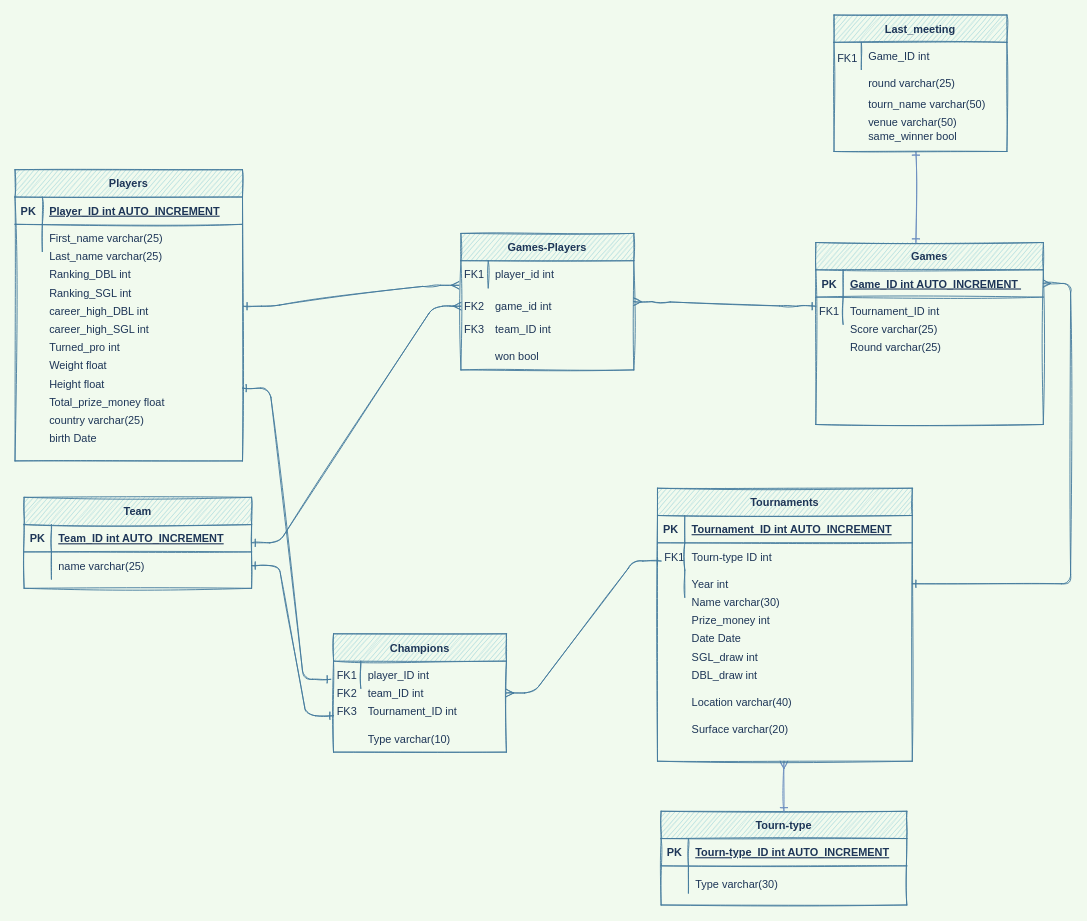
This is erd.drawio from talbaram3192/web_scraping_project, a draw.io file, before an edit. Source tidied: cells renumbered, new cells numbered last; positions are measured from the earlier drawing's top-left corner, leaving out a move shared by most shapes. Both pictures are drawn from the tidied source at 91%, with x=0, y=0 at pixel (15, 15).
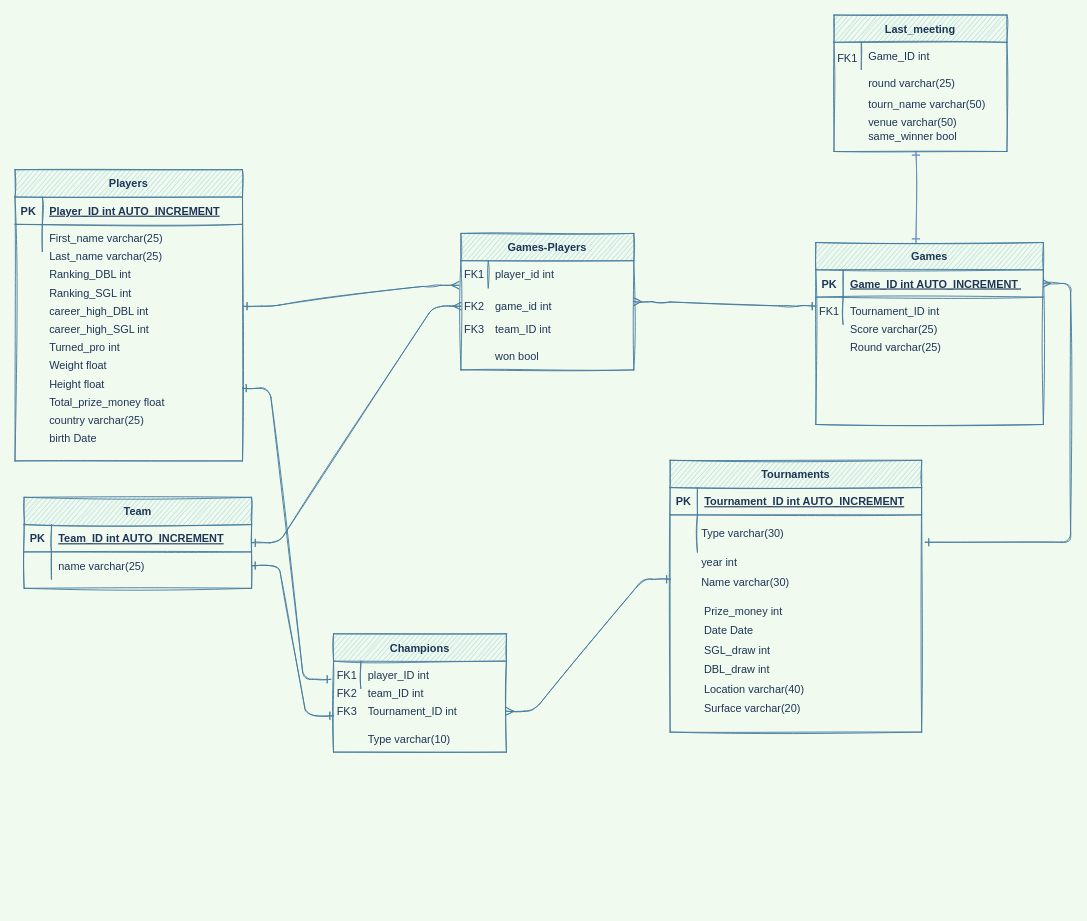
Above is the later version.

Unchanged cells that the change refers to:
```xml
<mxCell id="4" style="shape=partialRectangle;fillColor=none;points=[[0,0.5],[1,0.5]];portConstraint=eastwest;top=0;left=0;right=0;bottom=1;sketch=1;strokeColor=#457B9D;fontColor=#1D3557;" parent="3" vertex="1">
  <mxGeometry y="30" width="250" height="30" as="geometry" />
</mxCell>
<mxCell id="70" value="Champions" style="shape=table;startSize=30;childLayout=tableLayout;rowLines=0;fontStyle=1;align=center;sketch=1;fillColor=#A8DADC;strokeColor=#457B9D;fontColor=#1D3557;" parent="69" vertex="1">
  <mxGeometry width="190" height="130" as="geometry" />
</mxCell>
```

What changed in the source:
```diff
@@
-    <mxCell id="2" style="edgeStyle=entityRelationEdgeStyle;endArrow=ERone;startArrow=ERmany;endFill=0;startFill=0;sketch=1;strokeWidth=1;labelBackgroundColor=#F1FAEE;strokeColor=#457B9D;fontColor=#1D3557;" parent="1" edge="1" source="4" target="88">
+    <mxCell id="2" style="edgeStyle=entityRelationEdgeStyle;endArrow=ERone;startArrow=ERmany;endFill=0;startFill=0;sketch=1;strokeWidth=1;labelBackgroundColor=#F1FAEE;strokeColor=#457B9D;fontColor=#1D3557;entryX=1.014;entryY=0.733;entryDx=0;entryDy=0;entryPerimeter=0;" parent="1" edge="1" source="4" target="85">
       <mxGeometry relative="1" as="geometry" />
     </mxCell>
@@
-    <mxCell id="40" style="edgeStyle=entityRelationEdgeStyle;endArrow=ERone;startArrow=ERmany;endFill=0;startFill=0;sketch=1;strokeWidth=1;labelBackgroundColor=#F1FAEE;strokeColor=#457B9D;fontColor=#1D3557;exitX=1;exitY=0.5;exitDx=0;exitDy=0;" parent="1" edge="1" source="70">
-      <mxGeometry relative="1" as="geometry">
-        <mxPoint x="710" y="600" as="targetPoint" />
-      </mxGeometry>
-    </mxCell>
@@
-    <mxCell id="55" value="Tourn-type" style="shape=table;startSize=30;childLayout=tableLayout;rowLines=0;fontStyle=1;align=center;sketch=1;fillColor=#A8DADC;strokeColor=#457B9D;fontColor=#1D3557;" parent="1" vertex="1">
-      <mxGeometry x="710" y="875" width="270" height="103" as="geometry" />
-    </mxCell>
-    <mxCell id="56" style="shape=partialRectangle;fillColor=none;top=0;left=0;right=0;bottom=1;sketch=1;strokeColor=#457B9D;fontColor=#1D3557;" parent="55" vertex="1">
-      <mxGeometry y="30" width="270" height="30" as="geometry" />
-    </mxCell>
-    <mxCell id="57" value="PK" style="shape=partialRectangle;overflow=hidden;fillColor=none;top=0;left=0;bottom=0;right=0;fontStyle=1;sketch=1;strokeColor=#457B9D;fontColor=#1D3557;" parent="56" vertex="1">
-      <mxGeometry width="30" height="30" as="geometry" />
-    </mxCell>
-    <mxCell id="58" value="Tourn-type_ID int AUTO_INCREMENT" style="shape=partialRectangle;overflow=hidden;fillColor=none;top=0;left=0;bottom=0;right=0;align=left;spacingLeft=6;fontStyle=5;sketch=1;strokeColor=#457B9D;fontColor=#1D3557;" parent="56" vertex="1">
-      <mxGeometry x="30" width="240" height="30" as="geometry" />
-    </mxCell>
-    <mxCell id="59" style="shape=partialRectangle;fillColor=none;top=0;left=0;right=0;bottom=0;sketch=1;strokeColor=#457B9D;fontColor=#1D3557;" parent="55" vertex="1">
-      <mxGeometry y="60" width="270" height="30" as="geometry" />
-    </mxCell>
-    <mxCell id="60" style="shape=partialRectangle;overflow=hidden;fillColor=none;top=0;left=0;bottom=0;right=0;sketch=1;strokeColor=#457B9D;fontColor=#1D3557;" parent="59" vertex="1">
-      <mxGeometry width="30" height="30" as="geometry" />
-    </mxCell>
-    <mxCell id="61" style="shape=partialRectangle;overflow=hidden;fillColor=none;top=0;left=0;bottom=0;right=0;align=left;spacingLeft=6;sketch=1;strokeColor=#457B9D;fontColor=#1D3557;" parent="59" vertex="1">
-      <mxGeometry x="30" width="240" height="30" as="geometry" />
-    </mxCell>
-    <mxCell id="62" style="shape=partialRectangle;fillColor=none;top=0;left=0;right=0;bottom=0;sketch=1;strokeColor=#457B9D;fontColor=#1D3557;" parent="1" vertex="1">
-      <mxGeometry x="710" y="940" width="270" height="30" as="geometry" />
-    </mxCell>
-    <mxCell id="63" style="shape=partialRectangle;overflow=hidden;fillColor=none;top=0;left=0;bottom=0;right=0;sketch=1;strokeColor=#457B9D;fontColor=#1D3557;" parent="62" vertex="1">
-      <mxGeometry width="30" height="30" as="geometry" />
-    </mxCell>
-    <mxCell id="64" value="Type varchar(30)" style="shape=partialRectangle;overflow=hidden;fillColor=none;top=0;left=0;bottom=0;right=0;align=left;spacingLeft=6;sketch=1;strokeColor=#457B9D;fontColor=#1D3557;" parent="62" vertex="1">
-      <mxGeometry x="30" width="240" height="30" as="geometry" />
-    </mxCell>
-    <mxCell id="65" style="endArrow=ERmany;html=1;exitX=0.5;exitY=0;exitDx=0;exitDy=0;startArrow=ERone;startFill=0;endFill=0;sketch=1;strokeColor=#6c8ebf;fillColor=#dae8fc;" parent="1" edge="1" source="55">
-      <mxGeometry relative="1" as="geometry">
-        <mxPoint x="845" y="820" as="targetPoint" />
-      </mxGeometry>
-    </mxCell>
-    <mxCell id="66" value="FK1" style="shape=partialRectangle;overflow=hidden;fillColor=none;top=0;left=0;bottom=0;right=0;sketch=1;strokeColor=#457B9D;fontColor=#1D3557;" parent="1" vertex="1">
-      <mxGeometry x="710" y="580" width="30" height="30" as="geometry" />
-    </mxCell>
@@
     <mxCell id="80" style="group;" parent="1" vertex="1">
-      <mxGeometry x="696" y="520" width="314" height="300" as="geometry" />
+      <mxGeometry x="710" y="500" width="310" height="320" as="geometry" />
     </mxCell>
     <mxCell id="81" value="Tournaments" style="shape=table;startSize=30;childLayout=tableLayout;rowLines=0;fontStyle=1;align=center;sketch=1;fillColor=#A8DADC;strokeColor=#457B9D;fontColor=#1D3557;" parent="80" vertex="1">
-      <mxGeometry x="10" width="280" height="300" as="geometry" />
+      <mxGeometry x="9.9" y="-10.7" width="276.4" height="298.7" as="geometry" />
     </mxCell>
     <mxCell id="82" style="shape=partialRectangle;fillColor=none;top=0;left=0;right=0;bottom=1;sketch=1;strokeColor=#457B9D;fontColor=#1D3557;" parent="81" vertex="1">
-      <mxGeometry y="30" width="280" height="30" as="geometry" />
+      <mxGeometry y="30" width="276.4" height="30" as="geometry" />
     </mxCell>
@@
     <mxCell id="84" value="Tournament_ID int AUTO_INCREMENT" style="shape=partialRectangle;overflow=hidden;fillColor=none;top=0;left=0;bottom=0;right=0;align=left;spacingLeft=6;fontStyle=5;sketch=1;strokeColor=#457B9D;fontColor=#1D3557;" parent="82" vertex="1">
-      <mxGeometry x="30" width="250" height="30" as="geometry" />
+      <mxGeometry x="30" width="246.4" height="30" as="geometry" />
     </mxCell>
     <mxCell id="85" style="shape=partialRectangle;fillColor=none;points=[[0,0.5],[1,0.5]];portConstraint=eastwest;top=0;left=0;right=0;bottom=0;sketch=1;strokeColor=#457B9D;fontColor=#1D3557;" parent="81" vertex="1">
-      <mxGeometry y="60" width="280" height="30" as="geometry" />
+      <mxGeometry y="60" width="276.4" height="41" as="geometry" />
     </mxCell>
     <mxCell id="86" style="shape=partialRectangle;overflow=hidden;fillColor=none;top=0;left=0;bottom=0;right=0;sketch=1;strokeColor=#457B9D;fontColor=#1D3557;" parent="85" vertex="1">
-      <mxGeometry width="30" height="30" as="geometry" />
+      <mxGeometry width="30" height="41" as="geometry" />
     </mxCell>
     <mxCell id="87" style="shape=partialRectangle;overflow=hidden;fillColor=none;top=0;left=0;bottom=0;right=0;align=left;spacingLeft=6;sketch=1;strokeColor=#457B9D;fontColor=#1D3557;" parent="85" vertex="1">
-      <mxGeometry x="30" width="250" height="30" as="geometry" />
+      <mxGeometry x="30" width="246.4" height="41" as="geometry" />
     </mxCell>
-    <mxCell id="88" style="shape=partialRectangle;fillColor=none;points=[[0,0.5],[1,0.5]];portConstraint=eastwest;top=0;left=0;right=0;bottom=0;sketch=1;strokeColor=#457B9D;fontColor=#1D3557;" parent="81" vertex="1">
-      <mxGeometry y="90" width="280" height="30" as="geometry" />
-    </mxCell>
-    <mxCell id="89" style="shape=partialRectangle;overflow=hidden;fillColor=none;top=0;left=0;bottom=0;right=0;sketch=1;strokeColor=#457B9D;fontColor=#1D3557;" parent="88" vertex="1">
-      <mxGeometry width="30" height="30" as="geometry" />
-    </mxCell>
-    <mxCell id="90" value="Year int" style="shape=partialRectangle;overflow=hidden;fillColor=none;top=0;left=0;bottom=0;right=0;align=left;spacingLeft=6;sketch=1;strokeColor=#457B9D;fontColor=#1D3557;" parent="88" vertex="1">
-      <mxGeometry x="30" width="250" height="30" as="geometry" />
-    </mxCell>
-    <mxCell id="91" style="shape=partialRectangle;fillColor=none;points=[[0,0.5],[1,0.5]];portConstraint=eastwest;top=0;left=0;right=0;bottom=0;sketch=1;strokeColor=#457B9D;fontColor=#1D3557;" parent="80" vertex="1">
-      <mxGeometry x="10" y="110" width="270" height="30" as="geometry" />
-    </mxCell>
-    <mxCell id="92" style="shape=partialRectangle;overflow=hidden;fillColor=none;top=0;left=0;bottom=0;right=0;sketch=1;strokeColor=#457B9D;fontColor=#1D3557;" parent="91" vertex="1">
-      <mxGeometry width="30" height="30" as="geometry" />
-    </mxCell>
-    <mxCell id="93" value="Name varchar(30)" style="shape=partialRectangle;overflow=hidden;fillColor=none;top=0;left=0;bottom=0;right=0;align=left;spacingLeft=6;sketch=1;strokeColor=#457B9D;fontColor=#1D3557;" parent="91" vertex="1">
-      <mxGeometry x="30" width="240" height="30" as="geometry" />
-    </mxCell>
     <mxCell id="94" style="shape=partialRectangle;fillColor=none;top=0;left=0;right=0;bottom=0;sketch=1;strokeColor=#457B9D;fontColor=#1D3557;" parent="80" vertex="1">
-      <mxGeometry x="10" y="150" width="270" height="30" as="geometry" />
+      <mxGeometry x="9.9" y="160" width="266.6" height="32" as="geometry" />
     </mxCell>
     <mxCell id="95" style="shape=partialRectangle;overflow=hidden;fillColor=none;top=0;left=0;bottom=0;right=0;sketch=1;strokeColor=#457B9D;fontColor=#1D3557;" parent="94" vertex="1">
-      <mxGeometry width="30" height="30" as="geometry" />
+      <mxGeometry width="29.6" height="32" as="geometry" />
     </mxCell>
     <mxCell id="96" value="Date Date" style="shape=partialRectangle;overflow=hidden;fillColor=none;top=0;left=0;bottom=0;right=0;align=left;spacingLeft=6;sketch=1;strokeColor=#457B9D;fontColor=#1D3557;" parent="94" vertex="1">
-      <mxGeometry x="30" width="240" height="30" as="geometry" />
+      <mxGeometry x="29.6" width="236.9" height="32" as="geometry" />
     </mxCell>
     <mxCell id="97" style="shape=partialRectangle;fillColor=none;top=0;left=0;right=0;bottom=0;sketch=1;strokeColor=#457B9D;fontColor=#1D3557;" parent="80" vertex="1">
-      <mxGeometry x="10" y="170" width="270" height="30" as="geometry" />
+      <mxGeometry x="9.9" y="181.3" width="266.6" height="32" as="geometry" />
     </mxCell>
     <mxCell id="98" style="shape=partialRectangle;overflow=hidden;fillColor=none;top=0;left=0;bottom=0;right=0;sketch=1;strokeColor=#457B9D;fontColor=#1D3557;" parent="97" vertex="1">
-      <mxGeometry width="30" height="30" as="geometry" />
+      <mxGeometry width="29.6" height="32" as="geometry" />
     </mxCell>
     <mxCell id="99" value="SGL_draw int" style="shape=partialRectangle;overflow=hidden;fillColor=none;top=0;left=0;bottom=0;right=0;align=left;spacingLeft=6;sketch=1;strokeColor=#457B9D;fontColor=#1D3557;" parent="97" vertex="1">
-      <mxGeometry x="30" width="240" height="30" as="geometry" />
+      <mxGeometry x="29.6" width="236.9" height="32" as="geometry" />
     </mxCell>
     <mxCell id="100" value="DBL_draw int" style="shape=partialRectangle;overflow=hidden;fillColor=none;top=0;left=0;bottom=0;right=0;align=left;spacingLeft=6;sketch=1;strokeColor=#457B9D;fontColor=#1D3557;" parent="80" vertex="1">
-      <mxGeometry x="40" y="190" width="240" height="30" as="geometry" />
+      <mxGeometry x="39.5" y="202.7" width="236.9" height="32" as="geometry" />
     </mxCell>
     <mxCell id="101" value="Prize_money int" style="shape=partialRectangle;overflow=hidden;fillColor=none;top=0;left=0;bottom=0;right=0;align=left;spacingLeft=6;sketch=1;strokeColor=#457B9D;fontColor=#1D3557;" parent="80" vertex="1">
-      <mxGeometry x="40" y="130" width="240" height="30" as="geometry" />
+      <mxGeometry x="39.5" y="138.7" width="236.9" height="32" as="geometry" />
     </mxCell>
-    <mxCell id="102" style="shape=partialRectangle;fillColor=none;top=0;left=0;right=0;bottom=0;sketch=1;strokeColor=#457B9D;fontColor=#1D3557;" parent="80" vertex="1">
-      <mxGeometry y="60" width="270" height="30" as="geometry" />
-    </mxCell>
-    <mxCell id="103" style="shape=partialRectangle;overflow=hidden;fillColor=none;top=0;left=0;bottom=0;right=0;sketch=1;strokeColor=#457B9D;fontColor=#1D3557;" parent="102" vertex="1">
-      <mxGeometry width="30" height="30" as="geometry" />
-    </mxCell>
-    <mxCell id="104" value="Tourn-type ID int" style="shape=partialRectangle;overflow=hidden;fillColor=none;top=0;left=0;bottom=0;right=0;align=left;spacingLeft=6;sketch=1;strokeColor=#457B9D;fontColor=#1D3557;" parent="102" vertex="1">
-      <mxGeometry x="40" width="240" height="30" as="geometry" />
-    </mxCell>
     <mxCell id="105" style="shape=partialRectangle;overflow=hidden;fillColor=none;top=0;left=0;bottom=0;right=0;align=left;spacingLeft=6;sketch=1;strokeColor=#457B9D;fontColor=#1D3557;" parent="80" vertex="1">
-      <mxGeometry x="40" y="270" width="240" height="30" as="geometry" />
+      <mxGeometry x="39.5" y="288" width="236.9" height="32" as="geometry" />
     </mxCell>
     <mxCell id="106" value="Surface varchar(20)" style="shape=partialRectangle;overflow=hidden;fillColor=none;top=0;left=0;bottom=0;right=0;align=left;spacingLeft=6;sketch=1;strokeColor=#457B9D;fontColor=#1D3557;" parent="80" vertex="1">
-      <mxGeometry x="40" y="250" width="240" height="30" as="geometry" />
+      <mxGeometry x="39.5" y="245.3" width="236.9" height="32" as="geometry" />
     </mxCell>
     <mxCell id="107" style="shape=partialRectangle;fillColor=none;top=0;left=0;right=0;bottom=0;sketch=1;strokeColor=#457B9D;fontColor=#1D3557;" parent="80" vertex="1">
-      <mxGeometry x="10" y="220" width="270" height="30" as="geometry" />
+      <mxGeometry x="9.9" y="224" width="266.6" height="32" as="geometry" />
     </mxCell>
     <mxCell id="108" style="shape=partialRectangle;overflow=hidden;fillColor=none;top=0;left=0;bottom=0;right=0;sketch=1;strokeColor=#457B9D;fontColor=#1D3557;" parent="107" vertex="1">
-      <mxGeometry width="30" height="30" as="geometry" />
+      <mxGeometry width="29.6" height="32" as="geometry" />
     </mxCell>
     <mxCell id="109" value="Location varchar(40)" style="shape=partialRectangle;overflow=hidden;fillColor=none;top=0;left=0;bottom=0;right=0;align=left;spacingLeft=6;sketch=1;strokeColor=#457B9D;fontColor=#1D3557;" parent="107" vertex="1">
-      <mxGeometry x="30" width="240" height="30" as="geometry" />
+      <mxGeometry x="29.6" width="236.9" height="32" as="geometry" />
     </mxCell>
+    <mxCell id="123" style="shape=partialRectangle;fillColor=none;top=0;left=0;right=0;bottom=0;sketch=1;strokeColor=#457B9D;fontColor=#1D3557;" parent="80" vertex="1">
+      <mxGeometry x="9.9" y="64" width="266.6" height="32" as="geometry" />
+    </mxCell>
+    <mxCell id="64" value="Type varchar(30)" style="shape=partialRectangle;overflow=hidden;fillColor=none;top=0;left=0;bottom=0;right=0;align=left;spacingLeft=6;sketch=1;strokeColor=#457B9D;fontColor=#1D3557;" parent="80" vertex="1">
+      <mxGeometry x="36.5" y="53.3" width="236.9" height="32" as="geometry" />
+    </mxCell>
+    <mxCell id="124" value="year int" style="shape=partialRectangle;overflow=hidden;fillColor=none;top=0;left=0;bottom=0;right=0;align=left;spacingLeft=6;sketch=1;strokeColor=#457B9D;fontColor=#1D3557;" parent="80" vertex="1">
+      <mxGeometry x="36.5" y="85.3" width="236.9" height="32" as="geometry" />
+    </mxCell>
+    <mxCell id="91" style="shape=partialRectangle;fillColor=none;points=[[0,0.5],[1,0.5]];portConstraint=eastwest;top=0;left=0;right=0;bottom=0;sketch=1;strokeColor=#457B9D;fontColor=#1D3557;" parent="80" vertex="1">
+      <mxGeometry x="6.9" y="106.7" width="266.6" height="32" as="geometry" />
+    </mxCell>
+    <mxCell id="92" style="shape=partialRectangle;overflow=hidden;fillColor=none;top=0;left=0;bottom=0;right=0;sketch=1;strokeColor=#457B9D;fontColor=#1D3557;" parent="91" vertex="1">
+      <mxGeometry width="29.6" height="32" as="geometry" />
+    </mxCell>
+    <mxCell id="93" value="Name varchar(30)" style="shape=partialRectangle;overflow=hidden;fillColor=none;top=0;left=0;bottom=0;right=0;align=left;spacingLeft=6;sketch=1;strokeColor=#457B9D;fontColor=#1D3557;" parent="91" vertex="1">
+      <mxGeometry x="29.6" width="236.9" height="32" as="geometry" />
+    </mxCell>
@@
+    <mxCell id="125" style="edgeStyle=entityRelationEdgeStyle;endArrow=ERone;startArrow=ERmany;endFill=0;startFill=0;sketch=1;strokeWidth=1;labelBackgroundColor=#F1FAEE;strokeColor=#457B9D;fontColor=#1D3557;exitX=1;exitY=0.5;exitDx=0;exitDy=0;entryX=0.012;entryY=0.417;entryDx=0;entryDy=0;entryPerimeter=0;" parent="1" edge="1" target="91">
+      <mxGeometry relative="1" as="geometry">
+        <mxPoint x="540" y="765" as="sourcePoint" />
+      </mxGeometry>
+    </mxCell>
```
